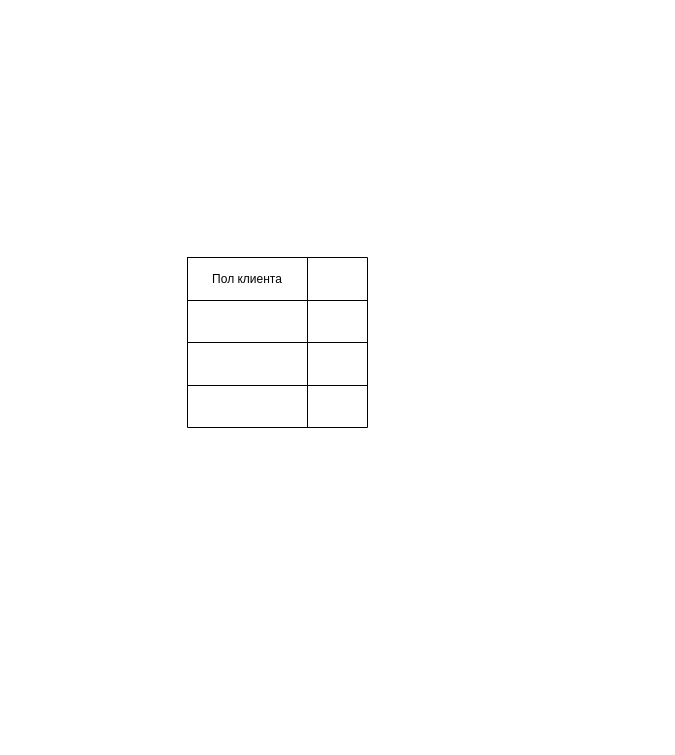
Above: sql/Диаграмма без названия.drawio in voldomarich/job4j_design (draw.io), before the change. Source tidied: cells renumbered, new cells numbered last; positions are measured from the earlier drawing's top-left corner, leaving out a move shared by most shapes. Both pictures are drawn from the tidied source at 100%, with x=0, y=0 at pixel (187, 257).
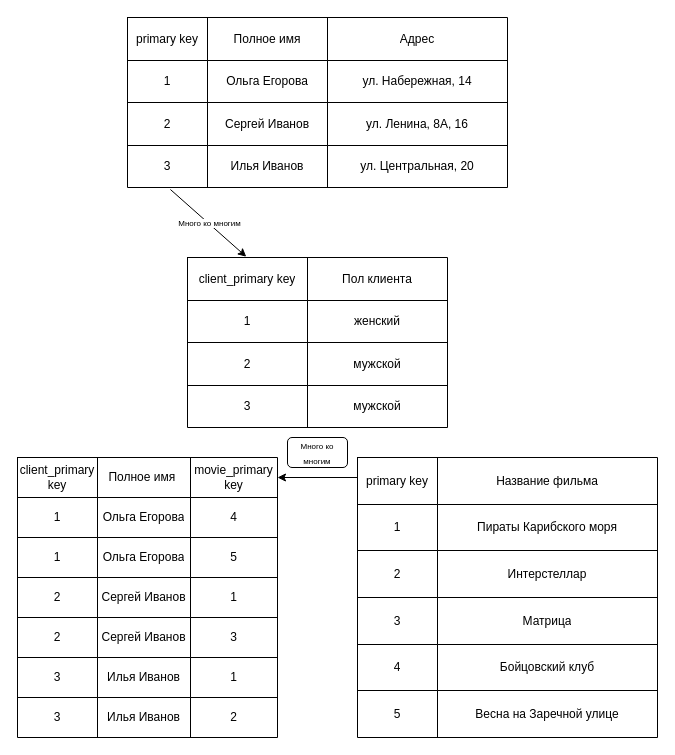
The same page after the edit.

What changed in the source:
```diff
@@
     <mxCell id="2" style="shape=table;startSize=0;childLayout=tableLayout;" parent="1" vertex="1">
-      <mxGeometry width="180" height="170" as="geometry" />
+      <mxGeometry width="260" height="170" as="geometry" />
     </mxCell>
     <mxCell id="3" style="shape=tableRow;horizontal=0;startSize=0;swimlaneHead=0;swimlaneBody=0;top=0;left=0;bottom=0;right=0;fillColor=none;points=[[0,0.5],[1,0.5]];portConstraint=eastwest;" parent="2" vertex="1">
-      <mxGeometry width="180" height="43" as="geometry" />
+      <mxGeometry width="260" height="43" as="geometry" />
     </mxCell>
-    <mxCell id="4" value="Пол клиента" style="shape=partialRectangle;html=1;whiteSpace=wrap;overflow=hidden;fillColor=none;top=0;left=0;bottom=0;right=0;" parent="3" vertex="1">
+    <mxCell id="4" value="client_primary key" style="shape=partialRectangle;html=1;whiteSpace=wrap;overflow=hidden;fillColor=none;top=0;left=0;bottom=0;right=0;" parent="3" vertex="1">
       <mxGeometry width="120" height="43" as="geometry" />
     </mxCell>
-    <mxCell id="5" style="shape=partialRectangle;html=1;whiteSpace=wrap;overflow=hidden;fillColor=none;top=0;left=0;bottom=0;right=0;" parent="3" vertex="1">
-      <mxGeometry x="120" width="60" height="43" as="geometry" />
+    <mxCell id="5" value="Пол клиента" style="shape=partialRectangle;html=1;whiteSpace=wrap;overflow=hidden;fillColor=none;top=0;left=0;bottom=0;right=0;" parent="3" vertex="1">
+      <mxGeometry x="120" width="140" height="43" as="geometry" />
     </mxCell>
     <mxCell id="6" style="shape=tableRow;horizontal=0;startSize=0;swimlaneHead=0;swimlaneBody=0;top=0;left=0;bottom=0;right=0;fillColor=none;" parent="2" vertex="1">
-      <mxGeometry y="43" width="180" height="42" as="geometry" />
+      <mxGeometry y="43" width="260" height="42" as="geometry" />
     </mxCell>
-    <mxCell id="7" style="shape=partialRectangle;html=1;whiteSpace=wrap;overflow=hidden;fillColor=none;top=0;left=0;bottom=0;right=0;" parent="6" vertex="1">
+    <mxCell id="7" value="1" style="shape=partialRectangle;html=1;whiteSpace=wrap;overflow=hidden;fillColor=none;top=0;left=0;bottom=0;right=0;" parent="6" vertex="1">
       <mxGeometry width="120" height="42" as="geometry" />
     </mxCell>
-    <mxCell id="8" style="shape=partialRectangle;html=1;whiteSpace=wrap;overflow=hidden;fillColor=none;top=0;left=0;bottom=0;right=0;" parent="6" vertex="1">
-      <mxGeometry x="120" width="60" height="42" as="geometry" />
+    <mxCell id="8" value="женский" style="shape=partialRectangle;html=1;whiteSpace=wrap;overflow=hidden;fillColor=none;top=0;left=0;bottom=0;right=0;" parent="6" vertex="1">
+      <mxGeometry x="120" width="140" height="42" as="geometry" />
     </mxCell>
     <mxCell id="9" style="shape=tableRow;horizontal=0;startSize=0;swimlaneHead=0;swimlaneBody=0;top=0;left=0;bottom=0;right=0;fillColor=none;" parent="2" vertex="1">
-      <mxGeometry y="85" width="180" height="43" as="geometry" />
+      <mxGeometry y="85" width="260" height="43" as="geometry" />
     </mxCell>
-    <mxCell id="10" style="shape=partialRectangle;html=1;whiteSpace=wrap;overflow=hidden;fillColor=none;top=0;left=0;bottom=0;right=0;" parent="9" vertex="1">
+    <mxCell id="10" value="2" style="shape=partialRectangle;html=1;whiteSpace=wrap;overflow=hidden;fillColor=none;top=0;left=0;bottom=0;right=0;" parent="9" vertex="1">
       <mxGeometry width="120" height="43" as="geometry" />
     </mxCell>
-    <mxCell id="11" style="shape=partialRectangle;html=1;whiteSpace=wrap;overflow=hidden;fillColor=none;top=0;left=0;bottom=0;right=0;" parent="9" vertex="1">
-      <mxGeometry x="120" width="60" height="43" as="geometry" />
+    <mxCell id="11" value="мужской" style="shape=partialRectangle;html=1;whiteSpace=wrap;overflow=hidden;fillColor=none;top=0;left=0;bottom=0;right=0;" parent="9" vertex="1">
+      <mxGeometry x="120" width="140" height="43" as="geometry" />
     </mxCell>
     <mxCell id="12" style="shape=tableRow;horizontal=0;startSize=0;swimlaneHead=0;swimlaneBody=0;top=0;left=0;bottom=0;right=0;fillColor=none;" parent="2" vertex="1">
-      <mxGeometry y="128" width="180" height="42" as="geometry" />
+      <mxGeometry y="128" width="260" height="42" as="geometry" />
     </mxCell>
-    <mxCell id="13" style="shape=partialRectangle;html=1;whiteSpace=wrap;overflow=hidden;fillColor=none;top=0;left=0;bottom=0;right=0;" parent="12" vertex="1">
+    <mxCell id="13" value="3" style="shape=partialRectangle;html=1;whiteSpace=wrap;overflow=hidden;fillColor=none;top=0;left=0;bottom=0;right=0;" parent="12" vertex="1">
       <mxGeometry width="120" height="42" as="geometry" />
     </mxCell>
-    <mxCell id="14" style="shape=partialRectangle;html=1;whiteSpace=wrap;overflow=hidden;fillColor=none;top=0;left=0;bottom=0;right=0;" parent="12" vertex="1">
-      <mxGeometry x="120" width="60" height="42" as="geometry" />
+    <mxCell id="14" value="мужской" style="shape=partialRectangle;html=1;whiteSpace=wrap;overflow=hidden;fillColor=none;top=0;left=0;bottom=0;right=0;" parent="12" vertex="1">
+      <mxGeometry x="120" width="140" height="42" as="geometry" />
     </mxCell>
+    <mxCell id="15" style="shape=table;startSize=0;childLayout=tableLayout;" parent="1" vertex="1">
+      <mxGeometry x="-60" y="-240" width="380" height="170" as="geometry" />
+    </mxCell>
+    <mxCell id="16" style="shape=tableRow;horizontal=0;startSize=0;swimlaneHead=0;swimlaneBody=0;top=0;left=0;bottom=0;right=0;fillColor=none;" parent="15" vertex="1">
+      <mxGeometry width="380" height="43" as="geometry" />
+    </mxCell>
+    <mxCell id="17" value="primary key" style="shape=partialRectangle;html=1;whiteSpace=wrap;overflow=hidden;fillColor=none;top=0;left=0;bottom=0;right=0;" parent="16" vertex="1">
+      <mxGeometry width="80" height="43" as="geometry" />
+    </mxCell>
+    <mxCell id="18" value="Полное имя" style="shape=partialRectangle;html=1;whiteSpace=wrap;overflow=hidden;fillColor=none;top=0;left=0;bottom=0;right=0;" parent="16" vertex="1">
+      <mxGeometry x="80" width="120" height="43" as="geometry" />
+    </mxCell>
+    <mxCell id="19" value="Адрес" style="shape=partialRectangle;html=1;whiteSpace=wrap;overflow=hidden;fillColor=none;top=0;left=0;bottom=0;right=0;" parent="16" vertex="1">
+      <mxGeometry x="200" width="180" height="43" as="geometry" />
+    </mxCell>
+    <mxCell id="20" style="shape=tableRow;horizontal=0;startSize=0;swimlaneHead=0;swimlaneBody=0;top=0;left=0;bottom=0;right=0;fillColor=none;" parent="15" vertex="1">
+      <mxGeometry y="43" width="380" height="42" as="geometry" />
+    </mxCell>
+    <mxCell id="21" value="1" style="shape=partialRectangle;html=1;whiteSpace=wrap;overflow=hidden;fillColor=none;top=0;left=0;bottom=0;right=0;" parent="20" vertex="1">
+      <mxGeometry width="80" height="42" as="geometry" />
+    </mxCell>
+    <mxCell id="22" value="Ольга Егорова" style="shape=partialRectangle;html=1;whiteSpace=wrap;overflow=hidden;fillColor=none;top=0;left=0;bottom=0;right=0;" parent="20" vertex="1">
+      <mxGeometry x="80" width="120" height="42" as="geometry" />
+    </mxCell>
+    <mxCell id="23" value="ул. Набережная, 14" style="shape=partialRectangle;html=1;whiteSpace=wrap;overflow=hidden;fillColor=none;top=0;left=0;bottom=0;right=0;" parent="20" vertex="1">
+      <mxGeometry x="200" width="180" height="42" as="geometry" />
+    </mxCell>
+    <mxCell id="24" style="shape=tableRow;horizontal=0;startSize=0;swimlaneHead=0;swimlaneBody=0;top=0;left=0;bottom=0;right=0;fillColor=none;" parent="15" vertex="1">
+      <mxGeometry y="85" width="380" height="43" as="geometry" />
+    </mxCell>
+    <mxCell id="25" value="2" style="shape=partialRectangle;html=1;whiteSpace=wrap;overflow=hidden;fillColor=none;top=0;left=0;bottom=0;right=0;" parent="24" vertex="1">
+      <mxGeometry width="80" height="43" as="geometry" />
+    </mxCell>
+    <mxCell id="26" value="Сергей Иванов" style="shape=partialRectangle;html=1;whiteSpace=wrap;overflow=hidden;fillColor=none;top=0;left=0;bottom=0;right=0;" parent="24" vertex="1">
+      <mxGeometry x="80" width="120" height="43" as="geometry" />
+    </mxCell>
+    <mxCell id="27" value="ул. Ленина, 8А, 16" style="shape=partialRectangle;html=1;whiteSpace=wrap;overflow=hidden;fillColor=none;top=0;left=0;bottom=0;right=0;" parent="24" vertex="1">
+      <mxGeometry x="200" width="180" height="43" as="geometry" />
+    </mxCell>
+    <mxCell id="28" style="shape=tableRow;horizontal=0;startSize=0;swimlaneHead=0;swimlaneBody=0;top=0;left=0;bottom=0;right=0;fillColor=none;points=[[0,0.5],[1,0.5]];portConstraint=eastwest;" parent="15" vertex="1">
+      <mxGeometry y="128" width="380" height="42" as="geometry" />
+    </mxCell>
+    <mxCell id="29" value="3" style="shape=partialRectangle;html=1;whiteSpace=wrap;overflow=hidden;fillColor=none;top=0;left=0;bottom=0;right=0;" parent="28" vertex="1">
+      <mxGeometry width="80" height="42" as="geometry" />
+    </mxCell>
+    <mxCell id="30" value="Илья Иванов" style="shape=partialRectangle;html=1;whiteSpace=wrap;overflow=hidden;fillColor=none;top=0;left=0;bottom=0;right=0;" parent="28" vertex="1">
+      <mxGeometry x="80" width="120" height="42" as="geometry" />
+    </mxCell>
+    <mxCell id="31" value="ул. Центральная, 20" style="shape=partialRectangle;html=1;whiteSpace=wrap;overflow=hidden;fillColor=none;top=0;left=0;bottom=0;right=0;" parent="28" vertex="1">
+      <mxGeometry x="200" width="180" height="42" as="geometry" />
+    </mxCell>
+    <mxCell id="32" style="shape=table;startSize=0;childLayout=tableLayout;" parent="1" vertex="1">
+      <mxGeometry x="-170" y="200" width="260" height="280" as="geometry" />
+    </mxCell>
+    <mxCell id="33" style="shape=tableRow;horizontal=0;startSize=0;swimlaneHead=0;swimlaneBody=0;top=0;left=0;bottom=0;right=0;fillColor=none;points=[[0,0.5],[1,0.5]];portConstraint=eastwest;" parent="32" vertex="1">
+      <mxGeometry width="260" height="40" as="geometry" />
+    </mxCell>
+    <mxCell id="34" value="client_primary key" style="shape=partialRectangle;html=1;whiteSpace=wrap;overflow=hidden;fillColor=none;top=0;left=0;bottom=0;right=0;" parent="33" vertex="1">
+      <mxGeometry width="80" height="40" as="geometry" />
+    </mxCell>
+    <mxCell id="35" value="Полное имя&amp;nbsp;" style="shape=partialRectangle;html=1;whiteSpace=wrap;overflow=hidden;fillColor=none;top=0;left=0;bottom=0;right=0;" parent="33" vertex="1">
+      <mxGeometry x="80" width="93" height="40" as="geometry" />
+    </mxCell>
+    <mxCell id="36" value="movie_primary key" style="shape=partialRectangle;html=1;whiteSpace=wrap;overflow=hidden;fillColor=none;top=0;left=0;bottom=0;right=0;" parent="33" vertex="1">
+      <mxGeometry x="173" width="87" height="40" as="geometry" />
+    </mxCell>
+    <mxCell id="37" style="shape=tableRow;horizontal=0;startSize=0;swimlaneHead=0;swimlaneBody=0;top=0;left=0;bottom=0;right=0;fillColor=none;" parent="32" vertex="1">
+      <mxGeometry y="40" width="260" height="40" as="geometry" />
+    </mxCell>
+    <mxCell id="38" value="1" style="shape=partialRectangle;html=1;whiteSpace=wrap;overflow=hidden;fillColor=none;top=0;left=0;bottom=0;right=0;" parent="37" vertex="1">
+      <mxGeometry width="80" height="40" as="geometry" />
+    </mxCell>
+    <mxCell id="39" value="Ольга Егорова" style="shape=partialRectangle;html=1;whiteSpace=wrap;overflow=hidden;fillColor=none;top=0;left=0;bottom=0;right=0;" parent="37" vertex="1">
+      <mxGeometry x="80" width="93" height="40" as="geometry" />
+    </mxCell>
+    <mxCell id="40" value="4" style="shape=partialRectangle;html=1;whiteSpace=wrap;overflow=hidden;fillColor=none;top=0;left=0;bottom=0;right=0;" parent="37" vertex="1">
+      <mxGeometry x="173" width="87" height="40" as="geometry" />
+    </mxCell>
+    <mxCell id="41" style="shape=tableRow;horizontal=0;startSize=0;swimlaneHead=0;swimlaneBody=0;top=0;left=0;bottom=0;right=0;fillColor=none;" parent="32" vertex="1">
+      <mxGeometry y="80" width="260" height="40" as="geometry" />
+    </mxCell>
+    <mxCell id="42" value="1" style="shape=partialRectangle;html=1;whiteSpace=wrap;overflow=hidden;fillColor=none;top=0;left=0;bottom=0;right=0;" parent="41" vertex="1">
+      <mxGeometry width="80" height="40" as="geometry" />
+    </mxCell>
+    <mxCell id="43" value="Ольга Егорова" style="shape=partialRectangle;html=1;whiteSpace=wrap;overflow=hidden;fillColor=none;top=0;left=0;bottom=0;right=0;" parent="41" vertex="1">
+      <mxGeometry x="80" width="93" height="40" as="geometry" />
+    </mxCell>
+    <mxCell id="44" value="5" style="shape=partialRectangle;html=1;whiteSpace=wrap;overflow=hidden;fillColor=none;top=0;left=0;bottom=0;right=0;" parent="41" vertex="1">
+      <mxGeometry x="173" width="87" height="40" as="geometry" />
+    </mxCell>
+    <mxCell id="45" style="shape=tableRow;horizontal=0;startSize=0;swimlaneHead=0;swimlaneBody=0;top=0;left=0;bottom=0;right=0;fillColor=none;" parent="32" vertex="1">
+      <mxGeometry y="120" width="260" height="40" as="geometry" />
+    </mxCell>
+    <mxCell id="46" value="2" style="shape=partialRectangle;html=1;whiteSpace=wrap;overflow=hidden;fillColor=none;top=0;left=0;bottom=0;right=0;" parent="45" vertex="1">
+      <mxGeometry width="80" height="40" as="geometry" />
+    </mxCell>
+    <mxCell id="47" value="Сергей Иванов" style="shape=partialRectangle;html=1;whiteSpace=wrap;overflow=hidden;fillColor=none;top=0;left=0;bottom=0;right=0;" parent="45" vertex="1">
+      <mxGeometry x="80" width="93" height="40" as="geometry" />
+    </mxCell>
+    <mxCell id="48" value="1" style="shape=partialRectangle;html=1;whiteSpace=wrap;overflow=hidden;fillColor=none;top=0;left=0;bottom=0;right=0;" parent="45" vertex="1">
+      <mxGeometry x="173" width="87" height="40" as="geometry" />
+    </mxCell>
+    <mxCell id="49" style="shape=tableRow;horizontal=0;startSize=0;swimlaneHead=0;swimlaneBody=0;top=0;left=0;bottom=0;right=0;fillColor=none;" parent="32" vertex="1">
+      <mxGeometry y="160" width="260" height="40" as="geometry" />
+    </mxCell>
+    <mxCell id="50" value="2" style="shape=partialRectangle;html=1;whiteSpace=wrap;overflow=hidden;fillColor=none;top=0;left=0;bottom=0;right=0;" parent="49" vertex="1">
+      <mxGeometry width="80" height="40" as="geometry" />
+    </mxCell>
+    <mxCell id="51" value="Сергей Иванов" style="shape=partialRectangle;html=1;whiteSpace=wrap;overflow=hidden;fillColor=none;top=0;left=0;bottom=0;right=0;" parent="49" vertex="1">
+      <mxGeometry x="80" width="93" height="40" as="geometry" />
+    </mxCell>
+    <mxCell id="52" value="3" style="shape=partialRectangle;html=1;whiteSpace=wrap;overflow=hidden;fillColor=none;top=0;left=0;bottom=0;right=0;" parent="49" vertex="1">
+      <mxGeometry x="173" width="87" height="40" as="geometry" />
+    </mxCell>
+    <mxCell id="53" style="shape=tableRow;horizontal=0;startSize=0;swimlaneHead=0;swimlaneBody=0;top=0;left=0;bottom=0;right=0;fillColor=none;" parent="32" vertex="1">
+      <mxGeometry y="200" width="260" height="40" as="geometry" />
+    </mxCell>
+    <mxCell id="54" value="3" style="shape=partialRectangle;html=1;whiteSpace=wrap;overflow=hidden;fillColor=none;top=0;left=0;bottom=0;right=0;" parent="53" vertex="1">
+      <mxGeometry width="80" height="40" as="geometry" />
+    </mxCell>
+    <mxCell id="55" value="Илья Иванов" style="shape=partialRectangle;html=1;whiteSpace=wrap;overflow=hidden;fillColor=none;top=0;left=0;bottom=0;right=0;" parent="53" vertex="1">
+      <mxGeometry x="80" width="93" height="40" as="geometry" />
+    </mxCell>
+    <mxCell id="56" value="1" style="shape=partialRectangle;html=1;whiteSpace=wrap;overflow=hidden;fillColor=none;top=0;left=0;bottom=0;right=0;" parent="53" vertex="1">
+      <mxGeometry x="173" width="87" height="40" as="geometry" />
+    </mxCell>
+    <mxCell id="57" style="shape=tableRow;horizontal=0;startSize=0;swimlaneHead=0;swimlaneBody=0;top=0;left=0;bottom=0;right=0;fillColor=none;" parent="32" vertex="1">
+      <mxGeometry y="240" width="260" height="40" as="geometry" />
+    </mxCell>
+    <mxCell id="58" value="3" style="shape=partialRectangle;html=1;whiteSpace=wrap;overflow=hidden;fillColor=none;top=0;left=0;bottom=0;right=0;" parent="57" vertex="1">
+      <mxGeometry width="80" height="40" as="geometry" />
+    </mxCell>
+    <mxCell id="59" value="Илья Иванов" style="shape=partialRectangle;html=1;whiteSpace=wrap;overflow=hidden;fillColor=none;top=0;left=0;bottom=0;right=0;" parent="57" vertex="1">
+      <mxGeometry x="80" width="93" height="40" as="geometry" />
+    </mxCell>
+    <mxCell id="60" value="2" style="shape=partialRectangle;html=1;whiteSpace=wrap;overflow=hidden;fillColor=none;top=0;left=0;bottom=0;right=0;" parent="57" vertex="1">
+      <mxGeometry x="173" width="87" height="40" as="geometry" />
+    </mxCell>
+    <mxCell id="61" style="shape=table;startSize=0;childLayout=tableLayout;" parent="1" vertex="1">
+      <mxGeometry x="170" y="200" width="300" height="280" as="geometry" />
+    </mxCell>
+    <mxCell id="62" style="shape=tableRow;horizontal=0;startSize=0;swimlaneHead=0;swimlaneBody=0;top=0;left=0;bottom=0;right=0;fillColor=none;" parent="61" vertex="1">
+      <mxGeometry width="300" height="47" as="geometry" />
+    </mxCell>
+    <mxCell id="63" value="primary key" style="shape=partialRectangle;html=1;whiteSpace=wrap;overflow=hidden;fillColor=none;top=0;left=0;bottom=0;right=0;" parent="62" vertex="1">
+      <mxGeometry width="80" height="47" as="geometry" />
+    </mxCell>
+    <mxCell id="64" value="Название фильма" style="shape=partialRectangle;html=1;whiteSpace=wrap;overflow=hidden;fillColor=none;top=0;left=0;bottom=0;right=0;" parent="62" vertex="1">
+      <mxGeometry x="80" width="220" height="47" as="geometry" />
+    </mxCell>
+    <mxCell id="65" style="shape=tableRow;horizontal=0;startSize=0;swimlaneHead=0;swimlaneBody=0;top=0;left=0;bottom=0;right=0;fillColor=none;" parent="61" vertex="1">
+      <mxGeometry y="47" width="300" height="46" as="geometry" />
+    </mxCell>
+    <mxCell id="66" value="1" style="shape=partialRectangle;html=1;whiteSpace=wrap;overflow=hidden;fillColor=none;top=0;left=0;bottom=0;right=0;" parent="65" vertex="1">
+      <mxGeometry width="80" height="46" as="geometry" />
+    </mxCell>
+    <mxCell id="67" value="Пираты Карибского моря" style="shape=partialRectangle;html=1;whiteSpace=wrap;overflow=hidden;fillColor=none;top=0;left=0;bottom=0;right=0;" parent="65" vertex="1">
+      <mxGeometry x="80" width="220" height="46" as="geometry" />
+    </mxCell>
+    <mxCell id="68" style="shape=tableRow;horizontal=0;startSize=0;swimlaneHead=0;swimlaneBody=0;top=0;left=0;bottom=0;right=0;fillColor=none;" parent="61" vertex="1">
+      <mxGeometry y="93" width="300" height="47" as="geometry" />
+    </mxCell>
+    <mxCell id="69" value="2" style="shape=partialRectangle;html=1;whiteSpace=wrap;overflow=hidden;fillColor=none;top=0;left=0;bottom=0;right=0;" parent="68" vertex="1">
+      <mxGeometry width="80" height="47" as="geometry" />
+    </mxCell>
+    <mxCell id="70" value="Интерстеллар" style="shape=partialRectangle;html=1;whiteSpace=wrap;overflow=hidden;fillColor=none;top=0;left=0;bottom=0;right=0;" parent="68" vertex="1">
+      <mxGeometry x="80" width="220" height="47" as="geometry" />
+    </mxCell>
+    <mxCell id="71" style="shape=tableRow;horizontal=0;startSize=0;swimlaneHead=0;swimlaneBody=0;top=0;left=0;bottom=0;right=0;fillColor=none;" parent="61" vertex="1">
+      <mxGeometry y="140" width="300" height="47" as="geometry" />
+    </mxCell>
+    <mxCell id="72" value="3" style="shape=partialRectangle;html=1;whiteSpace=wrap;overflow=hidden;fillColor=none;top=0;left=0;bottom=0;right=0;" parent="71" vertex="1">
+      <mxGeometry width="80" height="47" as="geometry" />
+    </mxCell>
+    <mxCell id="73" value="Матрица" style="shape=partialRectangle;html=1;whiteSpace=wrap;overflow=hidden;fillColor=none;top=0;left=0;bottom=0;right=0;" parent="71" vertex="1">
+      <mxGeometry x="80" width="220" height="47" as="geometry" />
+    </mxCell>
+    <mxCell id="74" style="shape=tableRow;horizontal=0;startSize=0;swimlaneHead=0;swimlaneBody=0;top=0;left=0;bottom=0;right=0;fillColor=none;" parent="61" vertex="1">
+      <mxGeometry y="187" width="300" height="46" as="geometry" />
+    </mxCell>
+    <mxCell id="75" value="4" style="shape=partialRectangle;html=1;whiteSpace=wrap;overflow=hidden;fillColor=none;top=0;left=0;bottom=0;right=0;" parent="74" vertex="1">
+      <mxGeometry width="80" height="46" as="geometry" />
+    </mxCell>
+    <mxCell id="76" value="Бойцовский клуб" style="shape=partialRectangle;html=1;whiteSpace=wrap;overflow=hidden;fillColor=none;top=0;left=0;bottom=0;right=0;" parent="74" vertex="1">
+      <mxGeometry x="80" width="220" height="46" as="geometry" />
+    </mxCell>
+    <mxCell id="77" style="shape=tableRow;horizontal=0;startSize=0;swimlaneHead=0;swimlaneBody=0;top=0;left=0;bottom=0;right=0;fillColor=none;" parent="61" vertex="1">
+      <mxGeometry y="233" width="300" height="47" as="geometry" />
+    </mxCell>
+    <mxCell id="78" value="5" style="shape=partialRectangle;html=1;whiteSpace=wrap;overflow=hidden;fillColor=none;top=0;left=0;bottom=0;right=0;" parent="77" vertex="1">
+      <mxGeometry width="80" height="47" as="geometry" />
+    </mxCell>
+    <mxCell id="79" value="Весна на Заречной улице" style="shape=partialRectangle;html=1;whiteSpace=wrap;overflow=hidden;fillColor=none;top=0;left=0;bottom=0;right=0;" parent="77" vertex="1">
+      <mxGeometry x="80" width="220" height="47" as="geometry" />
+    </mxCell>
+    <mxCell id="80" style="endArrow=classic;html=1;rounded=0;entryX=1;entryY=0.5;entryDx=0;entryDy=0;" parent="1" edge="1" target="33">
+      <mxGeometry relative="1" as="geometry">
+        <mxPoint x="170" y="220" as="sourcePoint" />
+      </mxGeometry>
+    </mxCell>
+    <mxCell id="81" value="&lt;font style=&quot;font-size: 8px;&quot;&gt;Много ко многим&lt;/font&gt;" style="rounded=1;whiteSpace=wrap;html=1;" parent="1" vertex="1">
+      <mxGeometry x="100" y="180" width="60" height="30" as="geometry" />
+    </mxCell>
+    <mxCell id="82" style="endArrow=classic;html=1;rounded=0;fontSize=8;entryX=0.226;entryY=-0.018;entryDx=0;entryDy=0;entryPerimeter=0;exitX=0.113;exitY=1.048;exitDx=0;exitDy=0;exitPerimeter=0;" parent="1" edge="1" source="28" target="3">
+      <mxGeometry relative="1" as="geometry" />
+    </mxCell>
+    <mxCell id="83" value="Много ко многим" style="edgeLabel;html=1;align=center;verticalAlign=middle;fontSize=8;" parent="82" vertex="1">
+      <mxGeometry relative="1" as="geometry" />
+    </mxCell>
```
